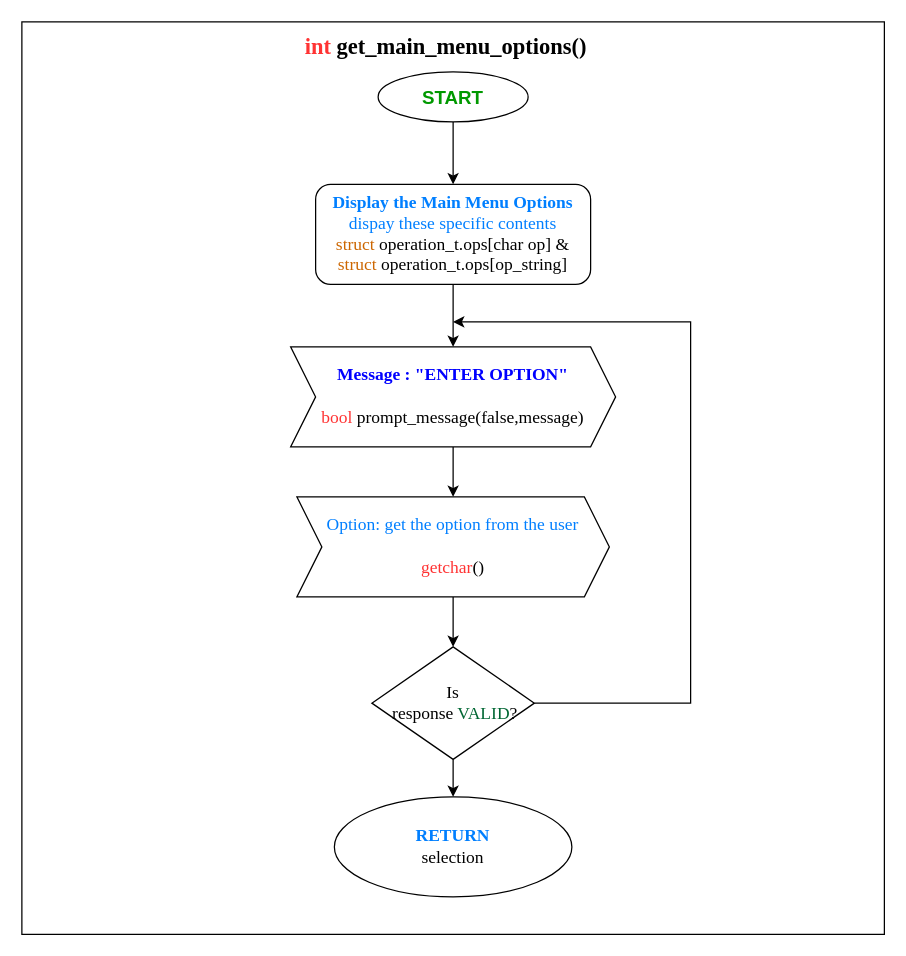
Before: page "Page-1" (1 of 2) of MONICA._flowchart_after_tsdone.drawio in francis-job/MONICA_Design-Analysis, a draw.io diagram. Source tidied: cells renumbered, new cells numbered last; positions are measured from the earlier drawing's top-left corner, leaving out a move shared by most shapes. Both pictures are drawn from the tidied source at 125%, with x=0, y=0 at pixel (21, 21).
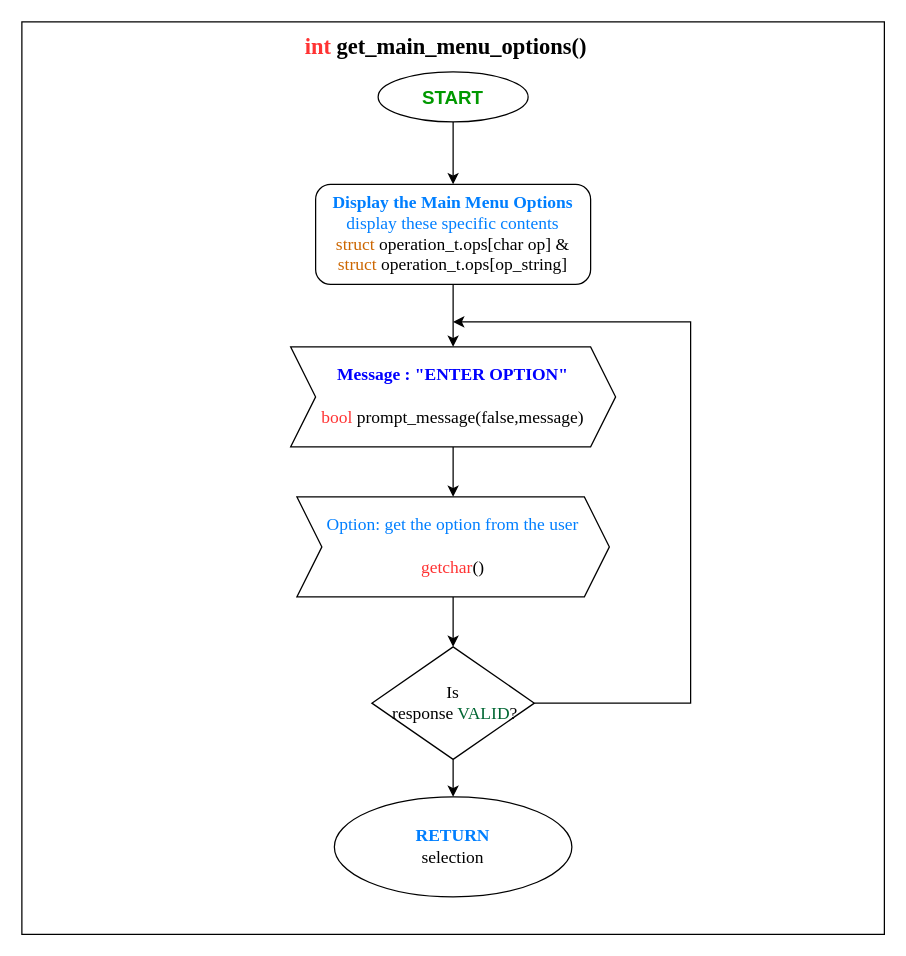
After the change.

Commit message:
update main_menu_options

The edit, as a diff of the source:
```diff
@@
 <mxGraphModel>
   <root>
     <mxCell id="0" />
     <mxCell id="1" parent="0" />
     <mxCell id="2" style="rounded=0;whiteSpace=wrap;html=1;" parent="1" vertex="1">
       <mxGeometry width="690" height="730" as="geometry" />
     </mxCell>
     <mxCell id="3" style="edgeStyle=orthogonalEdgeStyle;rounded=0;jettySize=auto;html=1;exitX=0.5;exitY=1;exitDx=0;exitDy=0;entryX=0.5;entryY=0;entryDx=0;entryDy=0;" parent="1" edge="1" source="4">
       <mxGeometry relative="1" as="geometry">
         <mxPoint x="345" y="130" as="targetPoint" />
       </mxGeometry>
     </mxCell>
     <mxCell id="4" value="&lt;b&gt;&lt;font color=&quot;#009900&quot; style=&quot;font-size: 15px&quot;&gt;START&lt;/font&gt;&lt;/b&gt;" style="ellipse;whiteSpace=wrap;html=1;" parent="1" vertex="1">
       <mxGeometry x="285" y="40" width="120" height="40" as="geometry" />
     </mxCell>
     <mxCell id="5" style="edgeStyle=orthogonalEdgeStyle;rounded=0;jettySize=auto;html=1;exitX=0.5;exitY=1;exitDx=0;exitDy=0;" parent="1" edge="1" source="6" target="13">
       <mxGeometry relative="1" as="geometry" />
     </mxCell>
     <mxCell id="6" value="&lt;font face=&quot;Times New Roman&quot; style=&quot;font-size: 14px&quot;&gt;&lt;b&gt;&lt;font color=&quot;#0000ff&quot; style=&quot;font-size: 14px&quot;&gt;Message : &quot;ENTER OPTION&quot;&lt;/font&gt;&lt;br&gt;&lt;/b&gt;&lt;br&gt;&lt;font color=&quot;#ff3333&quot; style=&quot;font-size: 14px&quot;&gt;bool&lt;/font&gt; prompt_message(false,message)&lt;/font&gt;" style="shape=step;perimeter=stepPerimeter;whiteSpace=wrap;html=1;fixedSize=1;" parent="1" vertex="1">
       <mxGeometry x="215" y="260" width="260" height="80" as="geometry" />
     </mxCell>
     <mxCell id="7" style="edgeStyle=orthogonalEdgeStyle;rounded=0;jettySize=auto;html=1;exitX=0.5;exitY=1;exitDx=0;exitDy=0;entryX=0.5;entryY=0;entryDx=0;entryDy=0;" parent="1" edge="1" source="8" target="6">
       <mxGeometry relative="1" as="geometry" />
     </mxCell>
-    <mxCell id="8" value="&lt;font face=&quot;Times New Roman&quot; style=&quot;font-size: 14px&quot;&gt;&lt;font color=&quot;#007fff&quot; style=&quot;font-size: 14px&quot;&gt;&lt;b&gt;Display&amp;nbsp;the Main Menu Options&lt;br&gt;&lt;/b&gt;dispay these specific contents&lt;br&gt;&lt;/font&gt;&lt;font color=&quot;#cc6600&quot; style=&quot;font-size: 14px&quot;&gt;struct&lt;/font&gt;&lt;span&gt;&amp;nbsp;operation_t.ops[char op] &amp;amp;&lt;/span&gt;&lt;br&gt;&lt;font color=&quot;#cc6600&quot; style=&quot;font-size: 14px&quot;&gt;struct&lt;/font&gt;&lt;span&gt;&amp;nbsp;operation_t.ops[op_string]&lt;/span&gt;&lt;/font&gt;" style="rounded=1;whiteSpace=wrap;html=1;" parent="1" vertex="1">
+    <mxCell id="8" value="&lt;font face=&quot;Times New Roman&quot; style=&quot;font-size: 14px&quot;&gt;&lt;font color=&quot;#007fff&quot; style=&quot;font-size: 14px&quot;&gt;&lt;b&gt;Display&amp;nbsp;the Main Menu Options&lt;br&gt;&lt;/b&gt;display these specific contents&lt;br&gt;&lt;/font&gt;&lt;font color=&quot;#cc6600&quot; style=&quot;font-size: 14px&quot;&gt;struct&lt;/font&gt;&lt;span&gt;&amp;nbsp;operation_t.ops[char op] &amp;amp;&lt;/span&gt;&lt;br&gt;&lt;font color=&quot;#cc6600&quot; style=&quot;font-size: 14px&quot;&gt;struct&lt;/font&gt;&lt;span&gt;&amp;nbsp;operation_t.ops[op_string]&lt;/span&gt;&lt;/font&gt;" style="rounded=1;whiteSpace=wrap;html=1;" parent="1" vertex="1">
       <mxGeometry x="235" y="130" width="220" height="80" as="geometry" />
     </mxCell>
     <mxCell id="9" style="edgeStyle=orthogonalEdgeStyle;rounded=0;jettySize=auto;html=1;exitX=1;exitY=0.5;exitDx=0;exitDy=0;" parent="1" edge="1" source="11">
       <mxGeometry relative="1" as="geometry">
         <mxPoint x="345" y="240" as="targetPoint" />
         <Array as="points">
           <mxPoint x="535" y="545" />
           <mxPoint x="535" y="240" />
         </Array>
       </mxGeometry>
     </mxCell>
     <mxCell id="10" style="edgeStyle=orthogonalEdgeStyle;rounded=0;jettySize=auto;html=1;exitX=0.5;exitY=1;exitDx=0;exitDy=0;entryX=0.5;entryY=0;entryDx=0;entryDy=0;" parent="1" edge="1" source="11">
       <mxGeometry relative="1" as="geometry">
         <mxPoint x="345" y="620" as="targetPoint" />
       </mxGeometry>
     </mxCell>
     <mxCell id="11" value="&lt;font face=&quot;Times New Roman&quot; style=&quot;font-size: 14px&quot;&gt;Is&lt;br&gt;&amp;nbsp;response &lt;font style=&quot;font-size: 14px&quot; color=&quot;#006633&quot;&gt;VALID&lt;/font&gt;?&lt;/font&gt;" style="rhombus;whiteSpace=wrap;html=1;" parent="1" vertex="1">
       <mxGeometry x="280" y="500" width="130" height="90" as="geometry" />
     </mxCell>
     <mxCell id="12" style="edgeStyle=orthogonalEdgeStyle;rounded=0;jettySize=auto;html=1;exitX=0.5;exitY=1;exitDx=0;exitDy=0;" parent="1" edge="1" source="13" target="11">
       <mxGeometry relative="1" as="geometry" />
     </mxCell>
     <mxCell id="13" value="&lt;font style=&quot;font-size: 14px&quot; face=&quot;Times New Roman&quot;&gt;&lt;font color=&quot;#007fff&quot; style=&quot;font-size: 14px&quot;&gt;Option: get the option from the user&lt;br&gt;&lt;/font&gt;&lt;br&gt;&lt;font color=&quot;#ff3333&quot; style=&quot;font-size: 14px&quot;&gt;getchar&lt;/font&gt;()&lt;/font&gt;" style="shape=step;perimeter=stepPerimeter;whiteSpace=wrap;html=1;fixedSize=1;" parent="1" vertex="1">
       <mxGeometry x="220" y="380" width="250" height="80" as="geometry" />
     </mxCell>
     <mxCell id="14" value="&lt;font color=&quot;#007fff&quot; style=&quot;font-family: &amp;#34;times new roman&amp;#34; ; font-size: 14px&quot;&gt;&lt;b&gt;RETURN&lt;/b&gt;&lt;/font&gt;&lt;br style=&quot;font-family: &amp;#34;times new roman&amp;#34; ; font-size: 14px&quot;&gt;&lt;span style=&quot;font-family: &amp;#34;times new roman&amp;#34; ; font-size: 14px&quot;&gt;selection&lt;br&gt;&lt;/span&gt;" style="ellipse;whiteSpace=wrap;html=1;" parent="1" vertex="1">
       <mxGeometry x="250" y="620" width="190" height="80" as="geometry" />
     </mxCell>
     <mxCell id="15" value="&lt;font face=&quot;Times New Roman&quot; size=&quot;1&quot;&gt;&lt;b style=&quot;font-size: 18px&quot;&gt;&lt;font color=&quot;#ff3333&quot;&gt;int&lt;/font&gt; get_main_menu_options()&lt;/b&gt;&lt;/font&gt;" style="text;html=1;align=center;verticalAlign=middle;fillColor=none;strokeColor=none;rounded=0;" parent="1" vertex="1">
       <mxGeometry x="219" y="10" width="240" height="20" as="geometry" />
     </mxCell>
   </root>
 </mxGraphModel>
```
